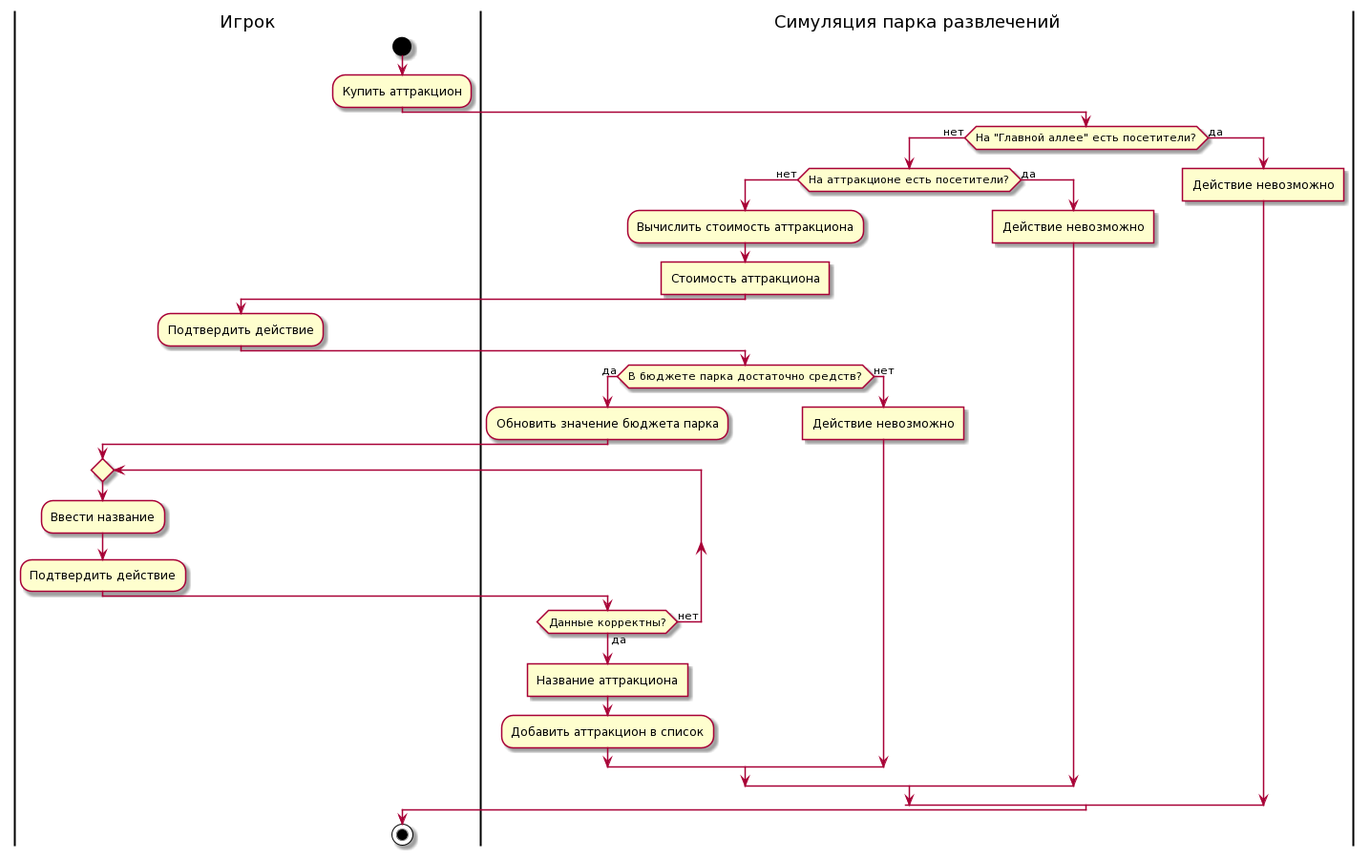
This is description/images/buy-attraction-activity-diagram.png from mzhirko/amusement-park, a PlantUML export, as it was before one commit.
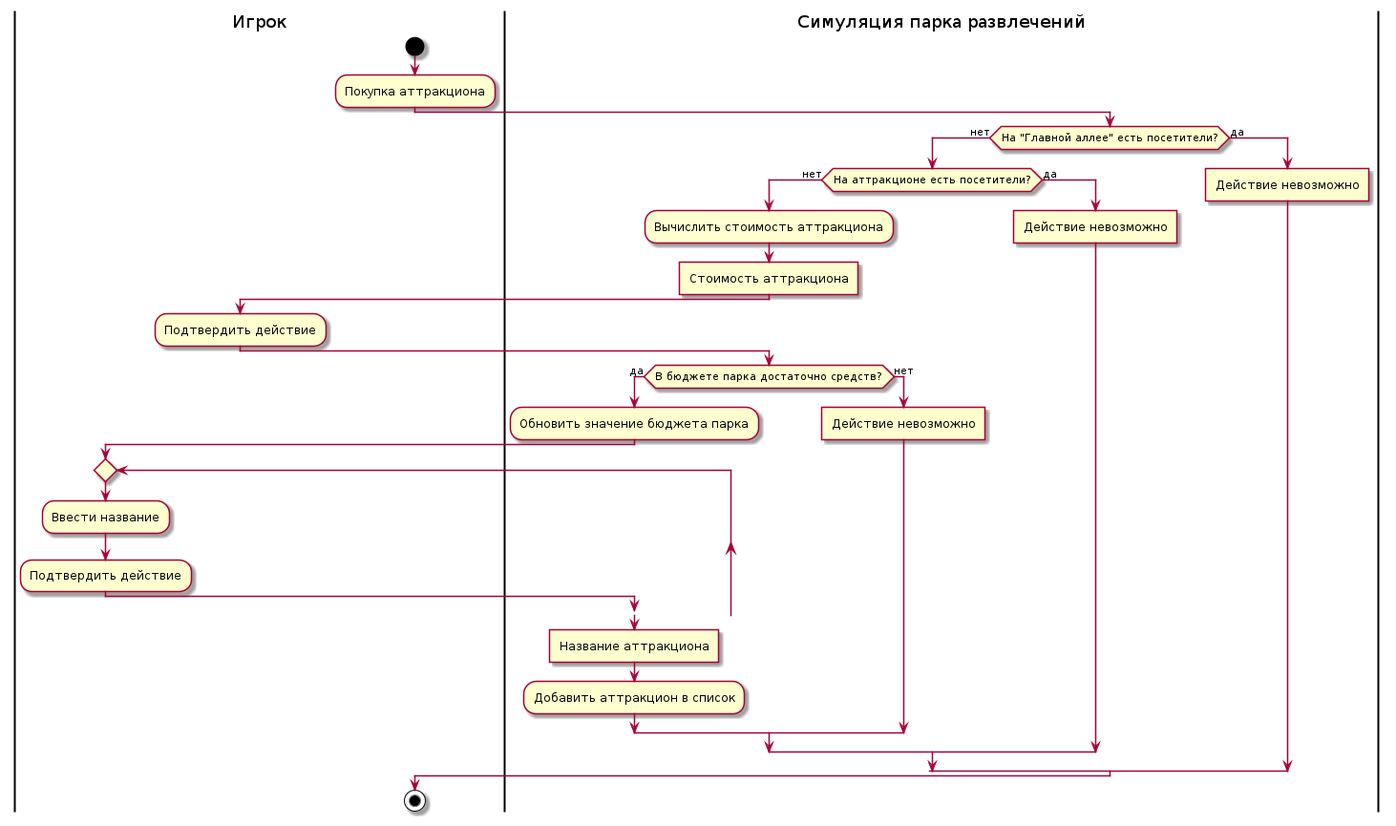
Later version of the same file.

Commit message:
Edit activity diagrams

What changed in the source:
```diff
@@ -2,7 +2,7 @@
 skinparam ConditionEndStyle hline
 |Игрок|
 start
-:Купить аттракцион;
+:Покупка аттракциона;
 |Симуляция парка развлечений|
 if (На "Главной аллее" есть посетители?) then (нет)
 if (На аттракционе есть посетители?) then (нет)
```
